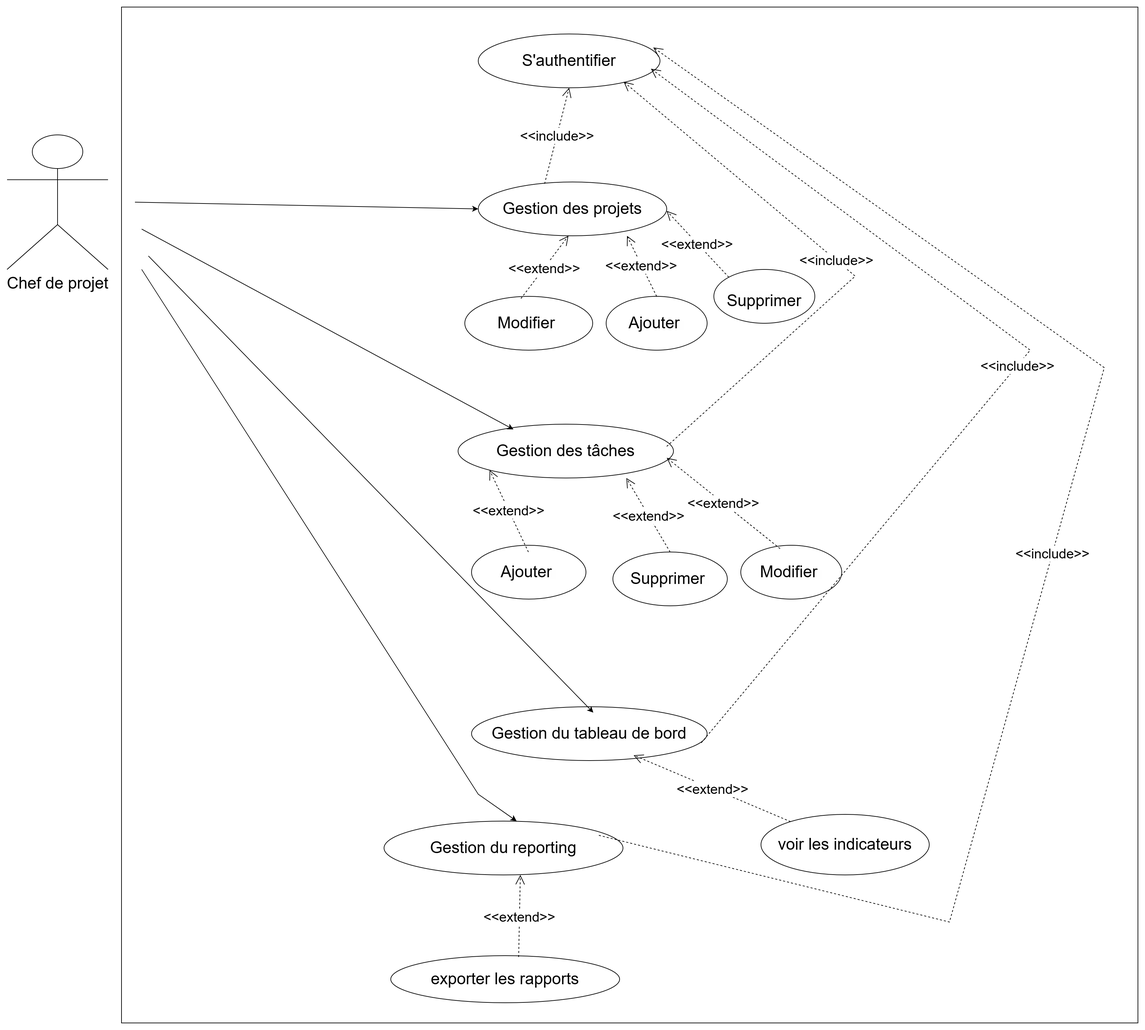
Before: Diagramme de cas d'utilisation chef du projet  systeme d'information.drawio.png, a diagram exported from draw.io (aichamokhtar/pfe-suivi-projets-si). Source tidied: cells renumbered, new cells last; positions are measured from the earlier drawing's top-left corner, leaving out a move shared by most shapes.
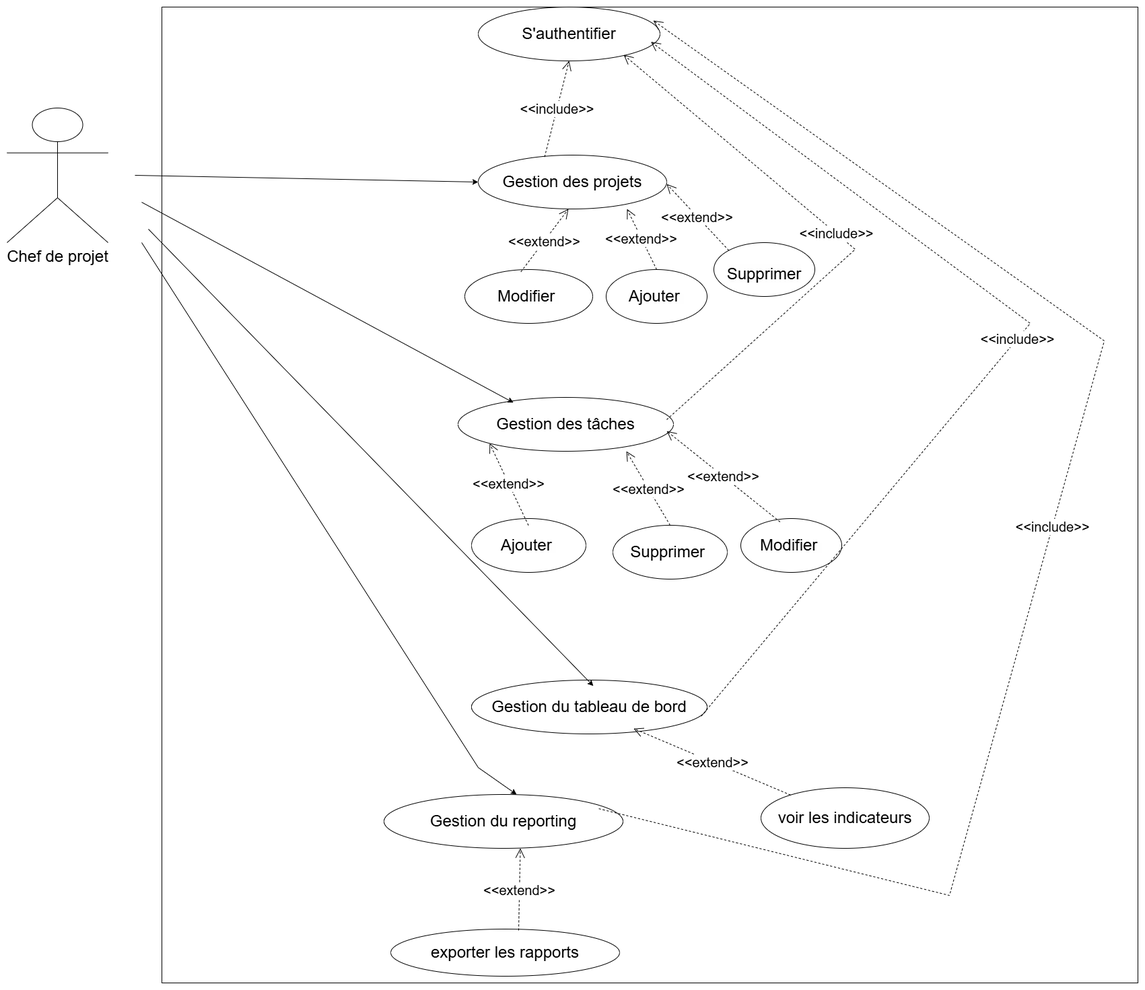
Above is the later version.

Diff of the diagram source:
```diff
@@ -2,9 +2,9 @@
   <root>
     <mxCell id="0" />
     <mxCell id="1" parent="0" />
-    <mxCell id="2" style="whiteSpace=wrap;html=1;" parent="1" vertex="1">
-      <mxGeometry x="170" width="1510" height="1510" as="geometry" />
-    </mxCell>
+    <mxCell id="33" style="whiteSpace=wrap;html=1;" parent="1" vertex="1">
+      <mxGeometry x="230" y="40" width="1450" height="1450" as="geometry" />
+    </mxCell>
     <mxCell id="3" value="&lt;font style=&quot;font-size: 24px;&quot;&gt;Chef de projet&lt;/font&gt;" style="shape=umlActor;verticalLabelPosition=bottom;verticalAlign=top;html=1;" parent="1" vertex="1">
       <mxGeometry y="190" width="150" height="200" as="geometry" />
     </mxCell>
@@ -31,11 +31,11 @@
         <mxPoint x="834" y="340" as="targetPoint" />
       </mxGeometry>
     </mxCell>
-    <mxCell id="11" value="&lt;font style=&quot;font-size: 20px;&quot;&gt;&amp;lt;&amp;lt;extend&amp;gt;&amp;gt;&lt;/font&gt;" style="endArrow=open;endSize=12;dashed=1;html=1;rounded=0;exitX=0.5;exitY=0;exitDx=0;exitDy=0;" parent="1" edge="1" source="8">
-      <mxGeometry relative="1" as="geometry">
-        <mxPoint x="921" y="340" as="targetPoint" />
-      </mxGeometry>
-    </mxCell>
+    <mxCell id="34" value="&lt;font style=&quot;font-size: 20px;&quot;&gt;&amp;lt;&amp;lt;extend&amp;gt;&amp;gt;&lt;/font&gt;" style="endArrow=open;endSize=12;dashed=1;html=1;rounded=0;exitX=0.5;exitY=0;exitDx=0;exitDy=0;" parent="1" edge="1" source="8">
+      <mxGeometry relative="1" as="geometry">
+        <mxPoint x="921" y="340" as="targetPoint" />
+      </mxGeometry>
+    </mxCell>
     <mxCell id="12" value="&lt;font style=&quot;font-size: 20px;&quot;&gt;&amp;lt;&amp;lt;extend&amp;gt;&amp;gt;&lt;/font&gt;" style="endArrow=open;endSize=12;dashed=1;html=1;rounded=0;exitX=0;exitY=0;exitDx=0;exitDy=0;" parent="1" edge="1" source="9">
       <mxGeometry relative="1" as="geometry">
         <mxPoint x="980" y="303" as="targetPoint" />
@@ -52,11 +52,11 @@
         </Array>
       </mxGeometry>
     </mxCell>
-    <mxCell id="15" style="endArrow=classic;html=1;rounded=0;entryX=0.257;entryY=0.097;entryDx=0;entryDy=0;entryPerimeter=0;" parent="1" edge="1" target="13">
-      <mxGeometry relative="1" as="geometry">
-        <mxPoint x="200" y="330" as="sourcePoint" />
-      </mxGeometry>
-    </mxCell>
+    <mxCell id="35" style="endArrow=classic;html=1;rounded=0;entryX=0.257;entryY=0.097;entryDx=0;entryDy=0;entryPerimeter=0;" parent="1" edge="1" target="13">
+      <mxGeometry relative="1" as="geometry">
+        <mxPoint x="200" y="330" as="sourcePoint" />
+      </mxGeometry>
+    </mxCell>
     <mxCell id="16" value="&lt;span style=&quot;font-family: sans-serif; text-align: start; white-space: pre; background-color: rgb(254, 254, 254);&quot;&gt;&lt;font style=&quot;font-size: 24px;&quot;&gt;Ajouter &lt;/font&gt;&lt;/span&gt;" style="ellipse;whiteSpace=wrap;html=1;" parent="1" vertex="1">
       <mxGeometry x="690" y="800" width="170" height="80" as="geometry" />
     </mxCell>
@@ -66,16 +66,16 @@
     <mxCell id="18" value="&lt;div&gt;&lt;span style=&quot;font-family: sans-serif; text-align: start; white-space: pre; background-color: rgb(254, 254, 254);&quot;&gt;&lt;font style=&quot;font-size: 24px;&quot;&gt;Modifier &lt;/font&gt;&lt;/span&gt;&lt;/div&gt;" style="ellipse;whiteSpace=wrap;html=1;" parent="1" vertex="1">
       <mxGeometry x="1090" y="800" width="150" height="80" as="geometry" />
     </mxCell>
-    <mxCell id="19" value="&lt;font style=&quot;font-size: 20px;&quot;&gt;&amp;lt;&amp;lt;extend&amp;gt;&amp;gt;&lt;/font&gt;" style="endArrow=open;endSize=12;dashed=1;html=1;rounded=0;exitX=0.439;exitY=0.042;exitDx=0;exitDy=0;exitPerimeter=0;entryX=0;entryY=1;entryDx=0;entryDy=0;" parent="1" edge="1" target="13">
-      <mxGeometry relative="1" as="geometry">
-        <mxPoint x="774.5" y="810" as="sourcePoint" />
-      </mxGeometry>
-    </mxCell>
-    <mxCell id="20" value="&lt;font style=&quot;font-size: 20px;&quot;&gt;&amp;lt;&amp;lt;extend&amp;gt;&amp;gt;&lt;/font&gt;" style="endArrow=open;endSize=12;dashed=1;html=1;rounded=0;exitX=0.5;exitY=0;exitDx=0;exitDy=0;" parent="1" edge="1" source="17">
-      <mxGeometry relative="1" as="geometry">
-        <mxPoint x="920" y="700" as="targetPoint" />
-      </mxGeometry>
-    </mxCell>
+    <mxCell id="36" value="&lt;font style=&quot;font-size: 20px;&quot;&gt;&amp;lt;&amp;lt;extend&amp;gt;&amp;gt;&lt;/font&gt;" style="endArrow=open;endSize=12;dashed=1;html=1;rounded=0;exitX=0.439;exitY=0.042;exitDx=0;exitDy=0;exitPerimeter=0;entryX=0;entryY=1;entryDx=0;entryDy=0;" parent="1" edge="1" target="13">
+      <mxGeometry relative="1" as="geometry">
+        <mxPoint x="774.5" y="810" as="sourcePoint" />
+      </mxGeometry>
+    </mxCell>
+    <mxCell id="37" value="&lt;font style=&quot;font-size: 20px;&quot;&gt;&amp;lt;&amp;lt;extend&amp;gt;&amp;gt;&lt;/font&gt;" style="endArrow=open;endSize=12;dashed=1;html=1;rounded=0;exitX=0.5;exitY=0;exitDx=0;exitDy=0;" parent="1" edge="1" source="17">
+      <mxGeometry relative="1" as="geometry">
+        <mxPoint x="920" y="700" as="targetPoint" />
+      </mxGeometry>
+    </mxCell>
     <mxCell id="21" value="&lt;font style=&quot;font-size: 20px;&quot;&gt;&amp;lt;&amp;lt;extend&amp;gt;&amp;gt;&lt;/font&gt;" style="endArrow=open;endSize=12;dashed=1;html=1;rounded=0;exitX=0.389;exitY=0.062;exitDx=0;exitDy=0;exitPerimeter=0;" parent="1" edge="1" source="18">
       <mxGeometry relative="1" as="geometry">
         <mxPoint x="980" y="670" as="targetPoint" />
@@ -103,41 +103,41 @@
         </Array>
       </mxGeometry>
     </mxCell>
-    <mxCell id="26" style="endArrow=classic;html=1;rounded=0;" parent="1" edge="1">
-      <mxGeometry relative="1" as="geometry">
-        <mxPoint x="200" y="390" as="sourcePoint" />
-        <mxPoint x="757" y="1210" as="targetPoint" />
-        <Array as="points">
-          <mxPoint x="700" y="1170" />
-        </Array>
-      </mxGeometry>
-    </mxCell>
-    <mxCell id="27" style="endArrow=classic;html=1;rounded=0;entryX=0.277;entryY=0.109;entryDx=0;entryDy=0;entryPerimeter=0;" parent="1" edge="1">
-      <mxGeometry relative="1" as="geometry">
-        <mxPoint x="210" y="370" as="sourcePoint" />
-        <mxPoint x="870.9" y="1048.7" as="targetPoint" />
-      </mxGeometry>
-    </mxCell>
+    <mxCell id="38" style="endArrow=classic;html=1;rounded=0;" parent="1" edge="1">
+      <mxGeometry relative="1" as="geometry">
+        <mxPoint x="200" y="390" as="sourcePoint" />
+        <mxPoint x="757" y="1210" as="targetPoint" />
+        <Array as="points">
+          <mxPoint x="700" y="1170" />
+        </Array>
+      </mxGeometry>
+    </mxCell>
+    <mxCell id="39" style="endArrow=classic;html=1;rounded=0;entryX=0.277;entryY=0.109;entryDx=0;entryDy=0;entryPerimeter=0;" parent="1" edge="1">
+      <mxGeometry relative="1" as="geometry">
+        <mxPoint x="210" y="370" as="sourcePoint" />
+        <mxPoint x="870.9" y="1048.7" as="targetPoint" />
+      </mxGeometry>
+    </mxCell>
     <mxCell id="28" value="&lt;font style=&quot;font-size: 24px;&quot;&gt;exporter les rapports&lt;/font&gt;" style="ellipse;whiteSpace=wrap;html=1;" parent="1" vertex="1">
       <mxGeometry x="570" y="1410" width="340" height="70" as="geometry" />
     </mxCell>
-    <mxCell id="29" value="&lt;font style=&quot;font-size: 20px;&quot;&gt;&amp;lt;&amp;lt;extend&amp;gt;&amp;gt;&lt;/font&gt;" style="endArrow=open;endSize=12;dashed=1;html=1;rounded=0;exitX=0.439;exitY=0.042;exitDx=0;exitDy=0;exitPerimeter=0;entryX=0;entryY=1;entryDx=0;entryDy=0;" parent="1" edge="1">
-      <mxGeometry relative="1" as="geometry">
-        <mxPoint x="760" y="1412" as="sourcePoint" />
-        <mxPoint x="762.5" y="1290" as="targetPoint" />
-      </mxGeometry>
-    </mxCell>
+    <mxCell id="40" value="&lt;font style=&quot;font-size: 20px;&quot;&gt;&amp;lt;&amp;lt;extend&amp;gt;&amp;gt;&lt;/font&gt;" style="endArrow=open;endSize=12;dashed=1;html=1;rounded=0;exitX=0.439;exitY=0.042;exitDx=0;exitDy=0;exitPerimeter=0;entryX=0;entryY=1;entryDx=0;entryDy=0;" parent="1" edge="1">
+      <mxGeometry relative="1" as="geometry">
+        <mxPoint x="760" y="1412" as="sourcePoint" />
+        <mxPoint x="762.5" y="1290" as="targetPoint" />
+      </mxGeometry>
+    </mxCell>
     <mxCell id="30" value="&lt;font style=&quot;font-size: 24px;&quot;&gt;voir les indicateurs&lt;/font&gt;" style="ellipse;whiteSpace=wrap;html=1;" parent="1" vertex="1">
       <mxGeometry x="1120" y="1200" width="250" height="90" as="geometry" />
     </mxCell>
     <mxCell id="31" value="&lt;font style=&quot;font-size: 20px;&quot;&gt;&amp;lt;&amp;lt;extend&amp;gt;&amp;gt;&lt;/font&gt;" style="endArrow=open;endSize=12;dashed=1;html=1;rounded=0;entryX=0.688;entryY=0.901;entryDx=0;entryDy=0;entryPerimeter=0;" parent="1" edge="1" source="30" target="22">
       <mxGeometry relative="1" as="geometry" />
     </mxCell>
-    <mxCell id="32" style="endArrow=classic;html=1;rounded=0;" parent="1" edge="1">
-      <mxGeometry relative="1" as="geometry">
-        <mxPoint x="190" y="290" as="sourcePoint" />
-        <mxPoint x="700" y="300" as="targetPoint" />
-      </mxGeometry>
-    </mxCell>
+    <mxCell id="41" style="endArrow=classic;html=1;rounded=0;" parent="1" edge="1">
+      <mxGeometry relative="1" as="geometry">
+        <mxPoint x="190" y="290" as="sourcePoint" />
+        <mxPoint x="700" y="300" as="targetPoint" />
+      </mxGeometry>
+    </mxCell>
   </root>
 </mxGraphModel>
```
